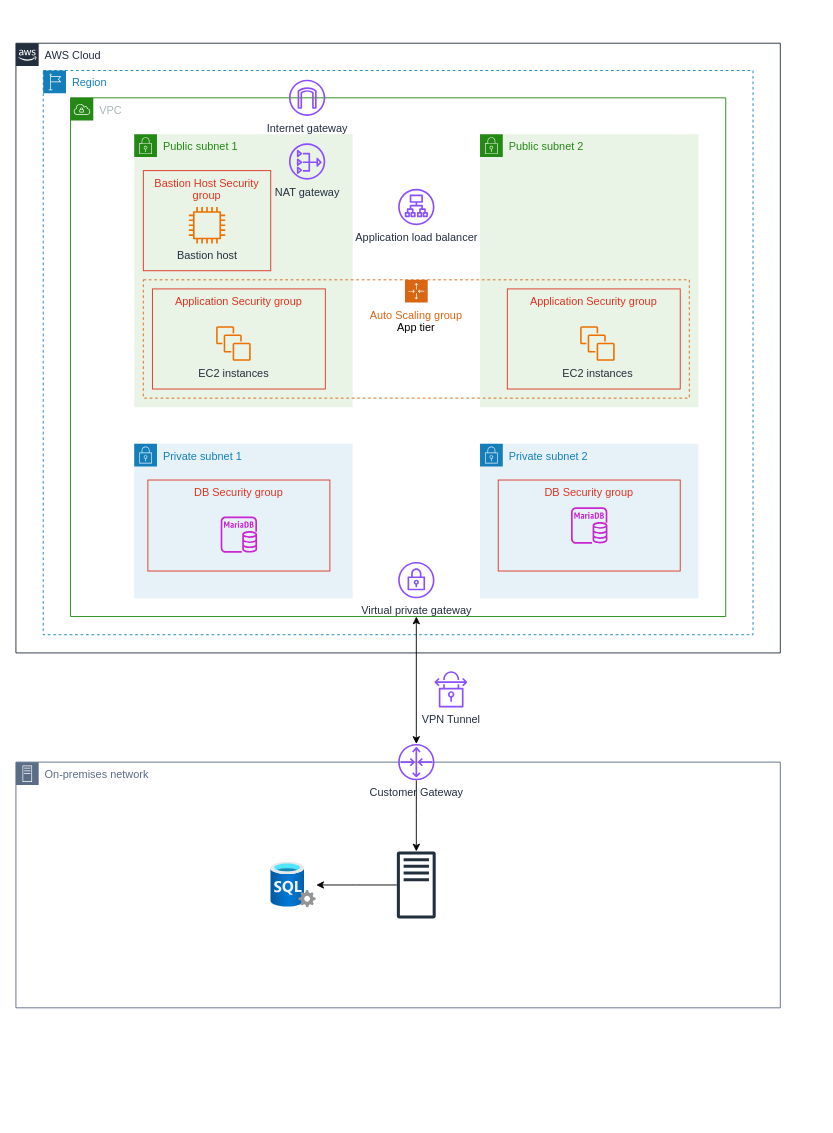
Earlier version of the draw.io diagram design/topology.drawio (hcdiekmann/aws-saa-capstone). Source tidied: cells renumbered, new cells numbered last; positions are measured from the earlier drawing's top-left corner, leaving out a move shared by most shapes. Both pictures are drawn from the tidied source at 91%, with x=0, y=0 at pixel (15, 43).
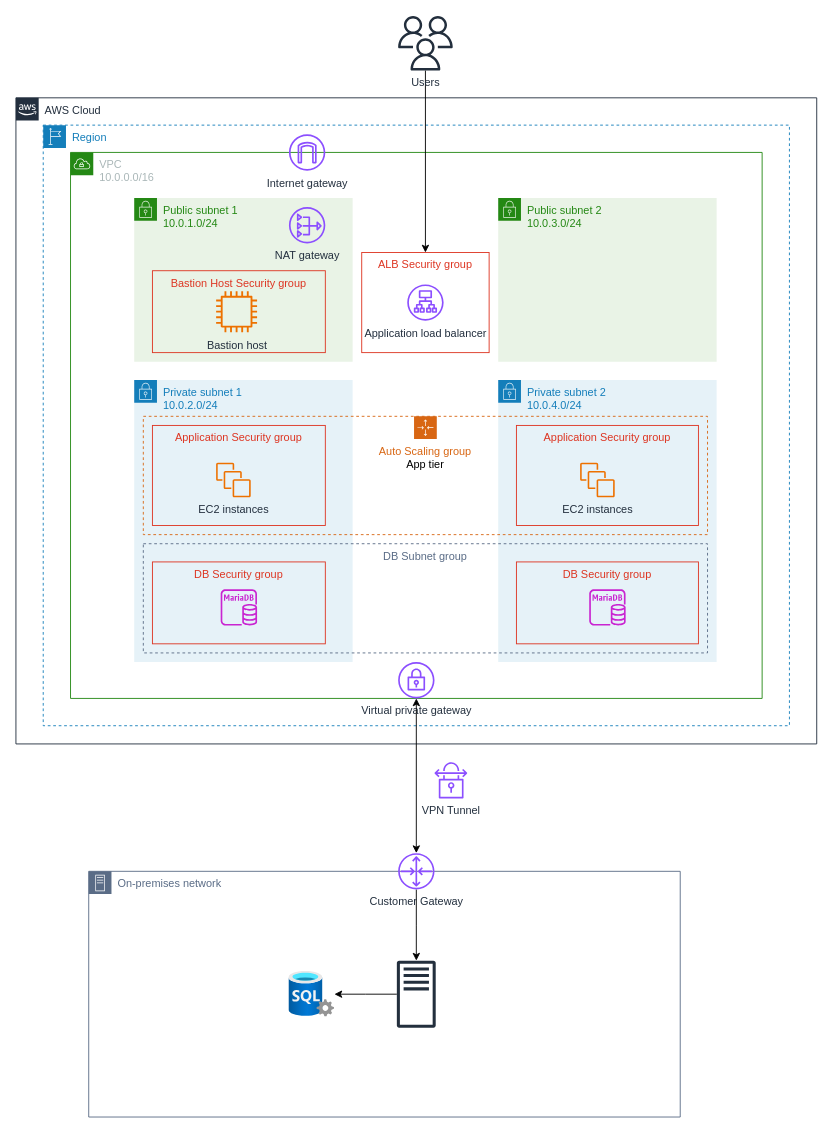
After the change.

Diff of the diagram source:
```diff
@@
     <mxCell id="2" value="AWS Cloud" style="gradientColor=none;html=1;whiteSpace=wrap;fontSize=12;fontStyle=0;shape=mxgraph.aws4.group;grIcon=mxgraph.aws4.group_aws_cloud_alt;strokeColor=#232F3E;fillColor=none;verticalAlign=top;align=left;spacingLeft=30;fontColor=#232F3E;dashed=0;" parent="1" vertex="1">
-      <mxGeometry width="840" height="670" as="geometry" />
+      <mxGeometry y="60" width="880" height="710" as="geometry" />
     </mxCell>
     <mxCell id="3" value="Region" style="gradientColor=none;html=1;whiteSpace=wrap;fontSize=12;fontStyle=0;shape=mxgraph.aws4.group;grIcon=mxgraph.aws4.group_region;strokeColor=#147EBA;fillColor=none;verticalAlign=top;align=left;spacingLeft=30;fontColor=#147EBA;dashed=1;" parent="2" vertex="1">
-      <mxGeometry x="30" y="30" width="780" height="620" as="geometry" />
+      <mxGeometry x="30" y="30" width="820" height="660" as="geometry" />
     </mxCell>
-    <mxCell id="4" value="VPC" style="gradientColor=none;html=1;whiteSpace=wrap;fontSize=12;fontStyle=0;shape=mxgraph.aws4.group;grIcon=mxgraph.aws4.group_vpc;strokeColor=#248814;fillColor=none;verticalAlign=top;align=left;spacingLeft=30;fontColor=#AAB7B8;dashed=0;" parent="3" vertex="1">
-      <mxGeometry x="30" y="30" width="720" height="570" as="geometry" />
+    <mxCell id="4" value="VPC&lt;br&gt;10.0.0.0/16" style="gradientColor=none;html=1;whiteSpace=wrap;fontSize=12;fontStyle=0;shape=mxgraph.aws4.group;grIcon=mxgraph.aws4.group_vpc;strokeColor=#248814;fillColor=none;verticalAlign=top;align=left;spacingLeft=30;fontColor=#AAB7B8;dashed=0;" parent="3" vertex="1">
+      <mxGeometry x="30" y="30" width="760" height="600" as="geometry" />
     </mxCell>
-    <mxCell id="5" value="Public subnet 2" style="gradientColor=none;html=1;whiteSpace=wrap;fontSize=12;fontStyle=0;shape=mxgraph.aws4.group;grIcon=mxgraph.aws4.group_security_group;grStroke=0;strokeColor=#248814;fillColor=#E9F3E6;verticalAlign=top;align=left;spacingLeft=30;fontColor=#248814;dashed=0;" parent="4" vertex="1">
-      <mxGeometry x="450" y="40" width="240" height="300" as="geometry" />
+    <mxCell id="5" value="Public subnet 2&lt;br&gt;10.0.3.0/24" style="gradientColor=none;html=1;whiteSpace=wrap;fontSize=12;fontStyle=0;shape=mxgraph.aws4.group;grIcon=mxgraph.aws4.group_security_group;grStroke=0;strokeColor=#248814;fillColor=#E9F3E6;verticalAlign=top;align=left;spacingLeft=30;fontColor=#248814;dashed=0;" parent="4" vertex="1">
+      <mxGeometry x="470" y="50" width="240" height="180" as="geometry" />
     </mxCell>
@@
     <mxCell id="7" value="Virtual private gateway" style="sketch=0;fontColor=#232F3E;gradientColor=none;fillColor=#8C4FFF;strokeColor=none;dashed=0;verticalLabelPosition=bottom;verticalAlign=top;align=center;html=1;fontSize=12;fontStyle=0;shape=mxgraph.aws4.vpn_gateway;" parent="4" vertex="1">
-      <mxGeometry x="360" y="510" width="40" height="40" as="geometry" />
+      <mxGeometry x="360" y="560" width="40" height="40" as="geometry" />
     </mxCell>
     <mxCell id="8" value="Application load balancer" style="sketch=0;fontColor=#232F3E;gradientColor=none;fillColor=#8C4FFF;strokeColor=none;dashed=0;verticalLabelPosition=bottom;verticalAlign=top;align=center;html=1;fontSize=12;fontStyle=0;shape=mxgraph.aws4.application_load_balancer;" parent="4" vertex="1">
-      <mxGeometry x="360" y="100" width="40" height="40" as="geometry" />
+      <mxGeometry x="370" y="145" width="40" height="40" as="geometry" />
     </mxCell>
-    <mxCell id="9" value="Public subnet 1" style="gradientColor=none;html=1;whiteSpace=wrap;fontSize=12;fontStyle=0;shape=mxgraph.aws4.group;grIcon=mxgraph.aws4.group_security_group;grStroke=0;strokeColor=#248814;fillColor=#E9F3E6;verticalAlign=top;align=left;spacingLeft=30;fontColor=#248814;dashed=0;" parent="4" vertex="1">
-      <mxGeometry x="70" y="40" width="240" height="300" as="geometry" />
+    <mxCell id="9" value="Public subnet 1&lt;br&gt;10.0.1.0/24" style="gradientColor=none;html=1;whiteSpace=wrap;fontSize=12;fontStyle=0;shape=mxgraph.aws4.group;grIcon=mxgraph.aws4.group_security_group;grStroke=0;strokeColor=#248814;fillColor=#E9F3E6;verticalAlign=top;align=left;spacingLeft=30;fontColor=#248814;dashed=0;" parent="4" vertex="1">
+      <mxGeometry x="70" y="50" width="240" height="180" as="geometry" />
     </mxCell>
@@
     <mxCell id="11" value="Bastion Host Security group" style="fillColor=none;strokeColor=#DD3522;verticalAlign=top;fontStyle=0;fontColor=#DD3522;whiteSpace=wrap;html=1;" parent="9" vertex="1">
-      <mxGeometry x="10" y="40" width="140" height="110" as="geometry" />
+      <mxGeometry x="20" y="80" width="190" height="90" as="geometry" />
     </mxCell>
     <mxCell id="12" value="Bastion host" style="sketch=0;fontColor=#232F3E;gradientColor=none;fillColor=#ED7100;strokeColor=none;dashed=0;verticalLabelPosition=bottom;verticalAlign=top;align=center;html=1;fontSize=12;fontStyle=0;shape=mxgraph.aws4.instance2;" parent="9" vertex="1">
-      <mxGeometry x="60" y="80" width="40" height="40" as="geometry" />
+      <mxGeometry x="90" y="102.5" width="45" height="45" as="geometry" />
     </mxCell>
-    <mxCell id="13" value="Private subnet 1" style="gradientColor=none;html=1;whiteSpace=wrap;fontSize=12;fontStyle=0;shape=mxgraph.aws4.group;grIcon=mxgraph.aws4.group_security_group;grStroke=0;strokeColor=#147EBA;fillColor=#E6F2F8;verticalAlign=top;align=left;spacingLeft=30;fontColor=#147EBA;dashed=0;" parent="4" vertex="1">
-      <mxGeometry x="70" y="380" width="240" height="170" as="geometry" />
+    <mxCell id="13" value="Private subnet 1&lt;br&gt;10.0.2.0/24" style="gradientColor=none;html=1;whiteSpace=wrap;fontSize=12;fontStyle=0;shape=mxgraph.aws4.group;grIcon=mxgraph.aws4.group_security_group;grStroke=0;strokeColor=#147EBA;fillColor=#E6F2F8;verticalAlign=top;align=left;spacingLeft=30;fontColor=#147EBA;dashed=0;" parent="4" vertex="1">
+      <mxGeometry x="70" y="250" width="240" height="310" as="geometry" />
     </mxCell>
     <mxCell id="14" value="DB Security group" style="fillColor=none;strokeColor=#DD3522;verticalAlign=top;fontStyle=0;fontColor=#DD3522;whiteSpace=wrap;html=1;" parent="13" vertex="1">
-      <mxGeometry x="15" y="40" width="200" height="100" as="geometry" />
+      <mxGeometry x="20" y="200" width="190" height="90" as="geometry" />
     </mxCell>
     <mxCell id="15" style="sketch=0;fontColor=#232F3E;gradientColor=none;fillColor=#C925D1;strokeColor=none;dashed=0;verticalLabelPosition=bottom;verticalAlign=top;align=center;html=1;fontSize=12;fontStyle=0;shape=mxgraph.aws4.rds_mariadb_instance;" parent="13" vertex="1">
-      <mxGeometry x="95" y="80" width="40" height="40" as="geometry" />
+      <mxGeometry x="95" y="230" width="40" height="40" as="geometry" />
     </mxCell>
-    <mxCell id="16" value="Private subnet 2" style="gradientColor=none;html=1;whiteSpace=wrap;fontSize=12;fontStyle=0;shape=mxgraph.aws4.group;grIcon=mxgraph.aws4.group_security_group;grStroke=0;strokeColor=#147EBA;fillColor=#E6F2F8;verticalAlign=top;align=left;spacingLeft=30;fontColor=#147EBA;dashed=0;" parent="4" vertex="1">
-      <mxGeometry x="450" y="380" width="240" height="170" as="geometry" />
+    <mxCell id="16" value="Private subnet 2&lt;br&gt;10.0.4.0/24" style="gradientColor=none;html=1;whiteSpace=wrap;fontSize=12;fontStyle=0;shape=mxgraph.aws4.group;grIcon=mxgraph.aws4.group_security_group;grStroke=0;strokeColor=#147EBA;fillColor=#E6F2F8;verticalAlign=top;align=left;spacingLeft=30;fontColor=#147EBA;dashed=0;" parent="4" vertex="1">
+      <mxGeometry x="470" y="250" width="240" height="310" as="geometry" />
     </mxCell>
     <mxCell id="17" value="DB Security group" style="fillColor=none;strokeColor=#DD3522;verticalAlign=top;fontStyle=0;fontColor=#DD3522;whiteSpace=wrap;html=1;" parent="16" vertex="1">
-      <mxGeometry x="20" y="40" width="200" height="100" as="geometry" />
+      <mxGeometry x="20" y="200" width="200" height="90" as="geometry" />
     </mxCell>
     <mxCell id="18" style="sketch=0;fontColor=#232F3E;gradientColor=none;fillColor=#C925D1;strokeColor=none;dashed=0;verticalLabelPosition=bottom;verticalAlign=top;align=center;html=1;fontSize=12;fontStyle=0;shape=mxgraph.aws4.rds_mariadb_instance;" parent="16" vertex="1">
-      <mxGeometry x="100" y="70" width="40" height="40" as="geometry" />
+      <mxGeometry x="100" y="230" width="40" height="40" as="geometry" />
     </mxCell>
     <mxCell id="19" value="Auto Scaling group&lt;br&gt;&lt;font color=&quot;#000000&quot;&gt;App tier&lt;/font&gt;" style="gradientColor=none;html=1;whiteSpace=wrap;fontSize=12;fontStyle=0;shape=mxgraph.aws4.groupCenter;grIcon=mxgraph.aws4.group_auto_scaling_group;grStroke=1;strokeColor=#D86613;fillColor=none;verticalAlign=top;align=center;fontColor=#D86613;dashed=1;spacingTop=25;" parent="4" vertex="1">
-      <mxGeometry x="80" y="200" width="600" height="130" as="geometry" />
+      <mxGeometry x="80" y="290" width="620" height="130" as="geometry" />
     </mxCell>
@@
     <mxCell id="23" value="Application Security group" style="fillColor=none;strokeColor=#DD3522;verticalAlign=top;fontStyle=0;fontColor=#DD3522;whiteSpace=wrap;html=1;" parent="19" vertex="1">
-      <mxGeometry x="400" y="10" width="190" height="110" as="geometry" />
+      <mxGeometry x="410" y="10" width="200" height="110" as="geometry" />
     </mxCell>
+    <mxCell id="32" value="ALB Security group" style="fillColor=none;strokeColor=#DD3522;verticalAlign=top;fontStyle=0;fontColor=#DD3522;whiteSpace=wrap;html=1;" parent="4" vertex="1">
+      <mxGeometry x="320" y="110" width="140" height="110" as="geometry" />
+    </mxCell>
+    <mxCell id="33" value="DB Subnet group" style="fillColor=none;strokeColor=#5A6C86;dashed=1;verticalAlign=top;fontStyle=0;fontColor=#5A6C86;whiteSpace=wrap;html=1;" parent="4" vertex="1">
+      <mxGeometry x="80" y="430" width="620" height="120" as="geometry" />
+    </mxCell>
     <mxCell id="24" value="On-premises network" style="gradientColor=none;html=1;whiteSpace=wrap;fontSize=12;fontStyle=0;shape=mxgraph.aws4.group;grIcon=mxgraph.aws4.group_on_premise;strokeColor=#5A6C86;fillColor=none;verticalAlign=top;align=left;spacingLeft=30;fontColor=#5A6C86;dashed=0;" parent="1" vertex="1">
-      <mxGeometry y="790" width="840" height="270" as="geometry" />
+      <mxGeometry x="80" y="910" width="650" height="270" as="geometry" />
     </mxCell>
     <mxCell id="25" style="image;html=1;points=[];align=center;fontSize=12;image=img/lib/azure2/databases/SQL_Server.svg;" parent="24" vertex="1">
-      <mxGeometry x="280" y="110" width="50" height="50" as="geometry" />
+      <mxGeometry x="220" y="110" width="50" height="50" as="geometry" />
     </mxCell>
@@
     <mxCell id="27" value="Customer Gateway" style="sketch=0;outlineConnect=0;fontColor=#232F3E;gradientColor=none;fillColor=#8C4FFF;strokeColor=none;dashed=0;verticalLabelPosition=bottom;verticalAlign=top;align=center;html=1;fontSize=12;fontStyle=0;shape=mxgraph.aws4.router;" parent="24" vertex="1">
-      <mxGeometry x="420" y="-20" width="40" height="40" as="geometry" />
+      <mxGeometry x="340" y="-20" width="40" height="40" as="geometry" />
     </mxCell>
@@
     <mxCell id="29" style="sketch=0;outlineConnect=0;fontColor=#232F3E;gradientColor=none;fillColor=#232F3D;strokeColor=none;dashed=0;verticalLabelPosition=bottom;verticalAlign=top;align=center;html=1;fontSize=12;fontStyle=0;shape=mxgraph.aws4.traditional_server;" parent="24" vertex="1">
-      <mxGeometry x="418.6" y="98" width="42.7" height="74" as="geometry" />
+      <mxGeometry x="338.6" y="98" width="42.7" height="74" as="geometry" />
     </mxCell>
     <mxCell id="30" style="endArrow=classic;startArrow=classic;html=1;rounded=0;" parent="1" edge="1" source="27">
       <mxGeometry relative="1" as="geometry">
-        <mxPoint x="440" y="630" as="targetPoint" />
+        <mxPoint x="440" y="720" as="targetPoint" />
       </mxGeometry>
     </mxCell>
     <mxCell id="31" value="VPN Tunnel" style="sketch=0;fontColor=#232F3E;gradientColor=none;fillColor=#8C4FFF;strokeColor=none;dashed=0;verticalLabelPosition=bottom;verticalAlign=top;align=center;html=1;fontSize=12;fontStyle=0;shape=mxgraph.aws4.vpn_connection;" parent="1" vertex="1">
-      <mxGeometry x="460" y="690" width="35.9" height="40" as="geometry" />
+      <mxGeometry x="460" y="790" width="35.9" height="40" as="geometry" />
     </mxCell>
+    <mxCell id="34" style="edgeStyle=orthogonalEdgeStyle;rounded=0;jettySize=auto;html=1;" parent="1" edge="1" source="35" target="32">
+      <mxGeometry relative="1" as="geometry" />
+    </mxCell>
+    <mxCell id="35" value="Users" style="sketch=0;outlineConnect=0;fontColor=#232F3E;gradientColor=none;fillColor=#232F3D;strokeColor=none;dashed=0;verticalLabelPosition=bottom;verticalAlign=top;align=center;html=1;fontSize=12;fontStyle=0;shape=mxgraph.aws4.users;" parent="1" vertex="1">
+      <mxGeometry x="420" y="-30" width="60" height="60" as="geometry" />
+    </mxCell>
```
